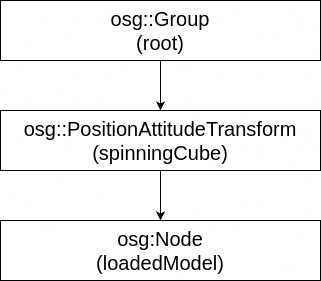
Before: scene_graph_1.png, a diagram exported from draw.io (anton-gendra/igm-opengl). Source tidied: cells renumbered, new cells last; positions are measured from the earlier drawing's top-left corner, leaving out a move shared by most shapes.
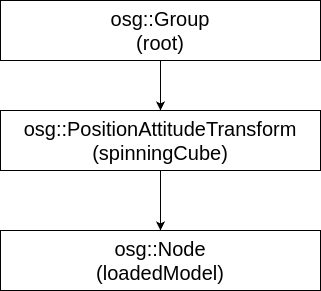
Later version of the same file.

Commit message:
Add first task scene graph

Change to the diagram source:
```diff
@@ -14,8 +14,8 @@
     <mxCell id="5" value="&lt;font style=&quot;font-size: 20px;&quot;&gt;osg::PositionAttitudeTransform&lt;/font&gt;&lt;div&gt;&lt;font style=&quot;font-size: 20px;&quot;&gt;(spinningCube)&lt;/font&gt;&lt;/div&gt;" style="rounded=0;whiteSpace=wrap;html=1;" parent="1" vertex="1">
       <mxGeometry y="110" width="320" height="60" as="geometry" />
     </mxCell>
-    <mxCell id="6" value="&lt;font style=&quot;font-size: 20px;&quot;&gt;osg:Node&lt;/font&gt;&lt;div&gt;&lt;font style=&quot;font-size: 20px;&quot;&gt;(loadedModel)&lt;/font&gt;&lt;/div&gt;" style="rounded=0;whiteSpace=wrap;html=1;" parent="1" vertex="1">
-      <mxGeometry y="220" width="320" height="60" as="geometry" />
+    <mxCell id="6" value="&lt;font style=&quot;font-size: 20px;&quot;&gt;osg::Node&lt;/font&gt;&lt;div&gt;&lt;font style=&quot;font-size: 20px;&quot;&gt;(loadedModel)&lt;/font&gt;&lt;/div&gt;" style="rounded=0;whiteSpace=wrap;html=1;" parent="1" vertex="1">
+      <mxGeometry y="230" width="320" height="60" as="geometry" />
     </mxCell>
   </root>
 </mxGraphModel>
```
